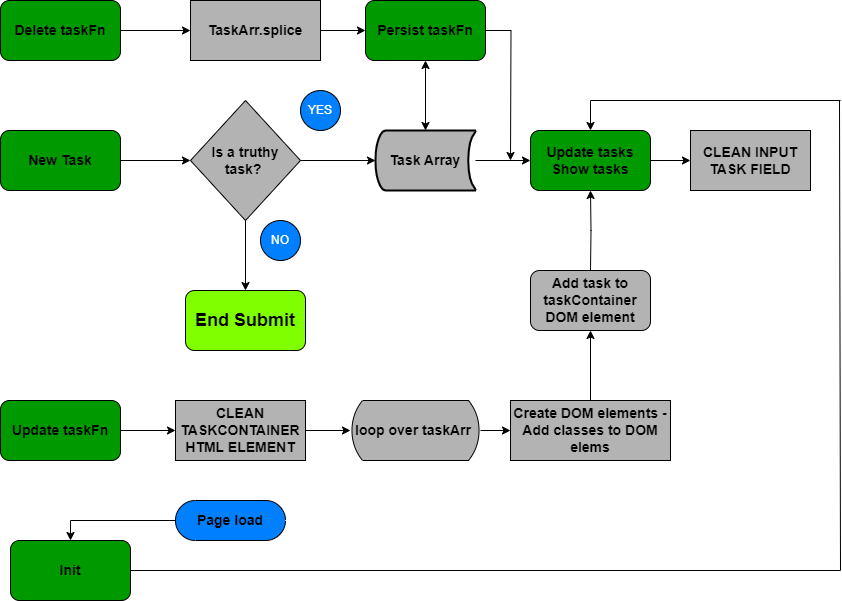
This is notes.drawio.png from Gabrieldevelop/tasks.app, a draw.io export, as it was before one commit. Source tidied: cells renumbered, new cells last; positions are measured from the earlier drawing's top-left corner, leaving out a move shared by most shapes. Source of this version:
```xml
<mxGraphModel>
  <root>
    <mxCell id="0" />
    <mxCell id="1" parent="0" />
    <mxCell id="2" style="edgeStyle=orthogonalEdgeStyle;rounded=0;jettySize=auto;html=1;entryX=0;entryY=0.5;entryDx=0;entryDy=0;" parent="1" edge="1" source="3" target="7">
      <mxGeometry relative="1" as="geometry" />
    </mxCell>
    <mxCell id="3" value="&lt;font style=&quot;font-size: 14px;&quot;&gt;&lt;b style=&quot;&quot;&gt;New Task&lt;/b&gt;&lt;/font&gt;" style="rounded=1;whiteSpace=wrap;html=1;fillColor=#009900;" parent="1" vertex="1">
      <mxGeometry y="130" width="120" height="60" as="geometry" />
    </mxCell>
    <mxCell id="4" value="&lt;span style=&quot;font-size: 14px;&quot;&gt;&lt;b&gt;CLEAN INPUT TASK FIELD&lt;/b&gt;&lt;/span&gt;" style="rounded=0;whiteSpace=wrap;html=1;fillColor=#B3B3B3;" parent="1" vertex="1">
      <mxGeometry x="690" y="130" width="120" height="60" as="geometry" />
    </mxCell>
    <mxCell id="5" style="edgeStyle=orthogonalEdgeStyle;rounded=0;jettySize=auto;html=1;" parent="1" edge="1" source="7" target="10">
      <mxGeometry relative="1" as="geometry" />
    </mxCell>
    <mxCell id="6" style="edgeStyle=orthogonalEdgeStyle;rounded=0;jettySize=auto;html=1;" parent="1" edge="1" source="7" target="12">
      <mxGeometry relative="1" as="geometry" />
    </mxCell>
    <mxCell id="7" value="&lt;font style=&quot;font-size: 14px;&quot;&gt;&lt;b&gt;Is a truthy task?&amp;nbsp;&lt;/b&gt;&lt;/font&gt;" style="rhombus;whiteSpace=wrap;html=1;fillColor=#B3B3B3;" parent="1" vertex="1">
      <mxGeometry x="190" y="100" width="110" height="120" as="geometry" />
    </mxCell>
    <mxCell id="8" value="&lt;font color=&quot;#ffffff&quot;&gt;YES&lt;/font&gt;" style="shape=ellipse;html=1;dashed=0;whiteSpace=wrap;perimeter=ellipsePerimeter;fillColor=#007FFF;" parent="1" vertex="1">
      <mxGeometry x="300" y="90" width="40" height="40" as="geometry" />
    </mxCell>
    <mxCell id="9" style="edgeStyle=orthogonalEdgeStyle;rounded=0;jettySize=auto;html=1;entryX=0;entryY=0.5;entryDx=0;entryDy=0;" parent="1" edge="1" source="10" target="14">
      <mxGeometry relative="1" as="geometry" />
    </mxCell>
    <mxCell id="10" value="&lt;b style=&quot;font-size: 14px;&quot;&gt;Task Array&lt;/b&gt;" style="strokeWidth=2;html=1;shape=mxgraph.flowchart.stored_data;whiteSpace=wrap;fillColor=#B3B3B3;" parent="1" vertex="1">
      <mxGeometry x="375" y="130" width="100" height="60" as="geometry" />
    </mxCell>
    <mxCell id="11" value="&lt;font color=&quot;#ffffff&quot;&gt;NO&lt;/font&gt;" style="shape=ellipse;html=1;dashed=0;whiteSpace=wrap;perimeter=ellipsePerimeter;fillColor=#007FFF;" parent="1" vertex="1">
      <mxGeometry x="260" y="220" width="40" height="40" as="geometry" />
    </mxCell>
    <mxCell id="12" value="&lt;span style=&quot;font-size: 18px;&quot;&gt;&lt;b&gt;End Submit&lt;/b&gt;&lt;/span&gt;" style="rounded=1;whiteSpace=wrap;html=1;fillColor=#80FF00;" parent="1" vertex="1">
      <mxGeometry x="185" y="290" width="120" height="60" as="geometry" />
    </mxCell>
    <mxCell id="13" style="edgeStyle=orthogonalEdgeStyle;rounded=0;jettySize=auto;html=1;entryX=0;entryY=0.5;entryDx=0;entryDy=0;" parent="1" edge="1" source="14" target="4">
      <mxGeometry relative="1" as="geometry" />
    </mxCell>
    <mxCell id="14" value="&lt;font style=&quot;font-size: 14px;&quot;&gt;&lt;b style=&quot;&quot;&gt;Update tasks Show tasks&lt;/b&gt;&lt;/font&gt;" style="rounded=1;whiteSpace=wrap;html=1;fillColor=#009900;" parent="1" vertex="1">
      <mxGeometry x="530" y="130" width="120" height="60" as="geometry" />
    </mxCell>
    <mxCell id="15" style="edgeStyle=orthogonalEdgeStyle;rounded=0;jettySize=auto;html=1;" parent="1" edge="1" source="16" target="18">
      <mxGeometry relative="1" as="geometry" />
    </mxCell>
    <mxCell id="16" value="&lt;font style=&quot;font-size: 14px;&quot;&gt;&lt;b&gt;CLEAN TASKCONTAINER HTML ELEMENT&lt;/b&gt;&lt;/font&gt;" style="rounded=0;whiteSpace=wrap;html=1;fillColor=#B3B3B3;" parent="1" vertex="1">
      <mxGeometry x="175" y="400" width="130" height="60" as="geometry" />
    </mxCell>
    <mxCell id="17" style="edgeStyle=orthogonalEdgeStyle;rounded=0;jettySize=auto;html=1;" parent="1" edge="1" source="18" target="20">
      <mxGeometry relative="1" as="geometry" />
    </mxCell>
    <mxCell id="18" value="&lt;font style=&quot;font-size: 14px;&quot;&gt;&lt;b&gt;loop over taskArr&amp;nbsp;&lt;/b&gt;&lt;/font&gt;" style="html=1;dashed=0;whiteSpace=wrap;shape=mxgraph.dfd.loop;fillColor=#B3B3B3;" parent="1" vertex="1">
      <mxGeometry x="350" y="400" width="130" height="60" as="geometry" />
    </mxCell>
    <mxCell id="19" style="edgeStyle=orthogonalEdgeStyle;rounded=0;jettySize=auto;html=1;entryX=0.5;entryY=1;entryDx=0;entryDy=0;" parent="1" edge="1" source="20">
      <mxGeometry relative="1" as="geometry">
        <mxPoint x="590" y="330" as="targetPoint" />
      </mxGeometry>
    </mxCell>
    <mxCell id="20" value="&lt;font style=&quot;font-size: 14px;&quot;&gt;&lt;b&gt;Create DOM elements - Add classes to DOM elems&lt;/b&gt;&lt;/font&gt;" style="html=1;dashed=0;whiteSpace=wrap;fillColor=#B3B3B3;" parent="1" vertex="1">
      <mxGeometry x="510" y="400" width="160" height="60" as="geometry" />
    </mxCell>
    <mxCell id="21" style="edgeStyle=orthogonalEdgeStyle;rounded=0;jettySize=auto;html=1;entryX=0.5;entryY=1;entryDx=0;entryDy=0;" parent="1" edge="1" target="14">
      <mxGeometry relative="1" as="geometry">
        <mxPoint x="590" y="270" as="sourcePoint" />
      </mxGeometry>
    </mxCell>
    <mxCell id="22" style="edgeStyle=orthogonalEdgeStyle;rounded=0;jettySize=auto;html=1;entryX=0;entryY=0.5;entryDx=0;entryDy=0;" parent="1" edge="1" source="23" target="25">
      <mxGeometry relative="1" as="geometry" />
    </mxCell>
    <mxCell id="23" value="&lt;font style=&quot;font-size: 14px;&quot;&gt;&lt;b style=&quot;&quot;&gt;Delete taskFn&lt;/b&gt;&lt;/font&gt;" style="rounded=1;whiteSpace=wrap;html=1;fillColor=#009900;" parent="1" vertex="1">
      <mxGeometry width="120" height="60" as="geometry" />
    </mxCell>
    <mxCell id="24" style="edgeStyle=orthogonalEdgeStyle;rounded=0;jettySize=auto;html=1;entryX=0;entryY=0.5;entryDx=0;entryDy=0;" parent="1" edge="1" source="25" target="27">
      <mxGeometry relative="1" as="geometry" />
    </mxCell>
    <mxCell id="25" value="&lt;font style=&quot;font-size: 14px;&quot;&gt;&lt;b&gt;TaskArr.splice&lt;/b&gt;&lt;/font&gt;" style="rounded=0;whiteSpace=wrap;html=1;fillColor=#B3B3B3;" parent="1" vertex="1">
      <mxGeometry x="190" width="130" height="60" as="geometry" />
    </mxCell>
    <mxCell id="26" style="edgeStyle=orthogonalEdgeStyle;rounded=0;jettySize=auto;html=1;" parent="1" edge="1" source="27">
      <mxGeometry relative="1" as="geometry">
        <mxPoint x="510" y="160" as="targetPoint" />
      </mxGeometry>
    </mxCell>
    <mxCell id="27" value="&lt;font style=&quot;font-size: 14px;&quot;&gt;&lt;b style=&quot;&quot;&gt;Persist taskFn&lt;/b&gt;&lt;/font&gt;" style="rounded=1;whiteSpace=wrap;html=1;fillColor=#009900;" parent="1" vertex="1">
      <mxGeometry x="365" width="120" height="60" as="geometry" />
    </mxCell>
    <mxCell id="28" style="edgeStyle=orthogonalEdgeStyle;rounded=0;jettySize=auto;html=1;entryX=0;entryY=0.5;entryDx=0;entryDy=0;" parent="1" edge="1" source="29" target="16">
      <mxGeometry relative="1" as="geometry" />
    </mxCell>
    <mxCell id="29" value="&lt;font style=&quot;font-size: 14px;&quot;&gt;&lt;b style=&quot;&quot;&gt;Update taskFn&lt;/b&gt;&lt;/font&gt;" style="rounded=1;whiteSpace=wrap;html=1;fillColor=#009900;" parent="1" vertex="1">
      <mxGeometry y="400" width="120" height="60" as="geometry" />
    </mxCell>
    <mxCell id="30" value="&lt;font style=&quot;font-size: 14px;&quot;&gt;&lt;b style=&quot;&quot;&gt;Init&lt;/b&gt;&lt;/font&gt;" style="rounded=1;whiteSpace=wrap;html=1;fillColor=#009900;" parent="1" vertex="1">
      <mxGeometry x="10" y="540" width="120" height="60" as="geometry" />
    </mxCell>
    <mxCell id="31" style="endArrow=none;html=1;rounded=0;exitX=1;exitY=0.5;exitDx=0;exitDy=0;" parent="1" edge="1" source="30">
      <mxGeometry relative="1" as="geometry">
        <mxPoint x="840" y="570" as="targetPoint" />
      </mxGeometry>
    </mxCell>
    <mxCell id="32" style="endArrow=none;html=1;rounded=0;" parent="1" edge="1">
      <mxGeometry relative="1" as="geometry">
        <mxPoint x="840" y="570" as="sourcePoint" />
        <mxPoint x="839" y="100" as="targetPoint" />
      </mxGeometry>
    </mxCell>
    <mxCell id="33" style="endArrow=none;html=1;rounded=0;" parent="1" edge="1">
      <mxGeometry relative="1" as="geometry">
        <mxPoint x="840" y="100" as="sourcePoint" />
        <mxPoint x="590" y="100" as="targetPoint" />
      </mxGeometry>
    </mxCell>
    <mxCell id="34" style="endArrow=classic;html=1;rounded=0;" parent="1" edge="1" target="14">
      <mxGeometry relative="1" as="geometry">
        <mxPoint x="590" y="100" as="sourcePoint" />
      </mxGeometry>
    </mxCell>
    <mxCell id="35" style="edgeStyle=orthogonalEdgeStyle;rounded=0;jettySize=auto;html=1;entryX=0.5;entryY=0;entryDx=0;entryDy=0;" parent="1" edge="1" source="36" target="30">
      <mxGeometry relative="1" as="geometry" />
    </mxCell>
    <mxCell id="36" value="&lt;b style=&quot;font-size: 14px;&quot;&gt;Page load&lt;/b&gt;" style="html=1;dashed=0;whiteSpace=wrap;shape=mxgraph.dfd.start;fillColor=#007FFF;" parent="1" vertex="1">
      <mxGeometry x="175" y="500" width="110" height="40" as="geometry" />
    </mxCell>
    <mxCell id="37" style="endArrow=classic;startArrow=classic;html=1;rounded=0;exitX=0.5;exitY=1;exitDx=0;exitDy=0;entryX=0.5;entryY=0;entryDx=0;entryDy=0;entryPerimeter=0;" parent="1" edge="1" source="27" target="10">
      <mxGeometry relative="1" as="geometry" />
    </mxCell>
    <mxCell id="38" value="&lt;b style=&quot;font-size: 14px;&quot;&gt;Add task to taskContainer DOM element&lt;/b&gt;" style="rounded=1;whiteSpace=wrap;html=1;fillColor=#B3B3B3;" parent="1" vertex="1">
      <mxGeometry x="530" y="270" width="120" height="60" as="geometry" />
    </mxCell>
  </root>
</mxGraphModel>
```
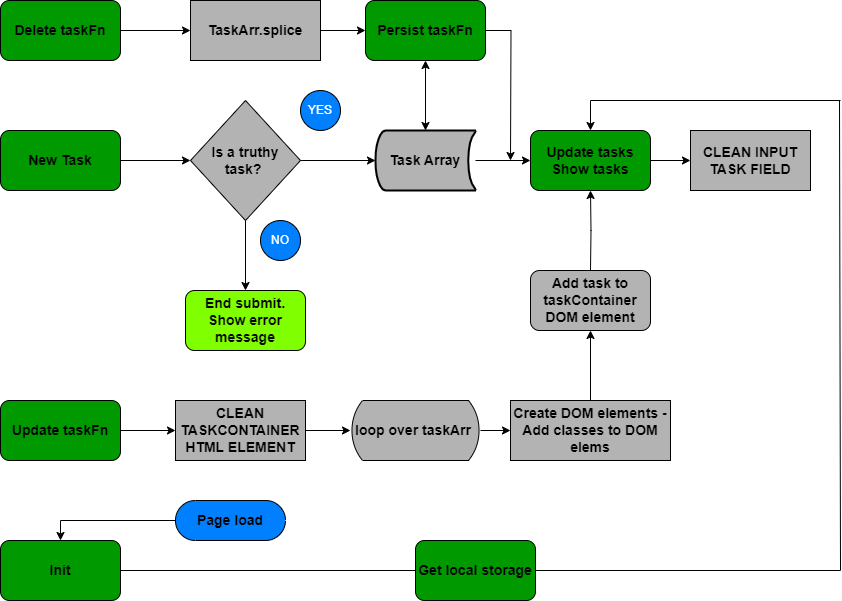
The same diagram one commit later.

The edit, as a diff of the source:
```diff
@@ -32,7 +32,7 @@
     <mxCell id="11" value="&lt;font color=&quot;#ffffff&quot;&gt;NO&lt;/font&gt;" style="shape=ellipse;html=1;dashed=0;whiteSpace=wrap;perimeter=ellipsePerimeter;fillColor=#007FFF;" parent="1" vertex="1">
       <mxGeometry x="260" y="220" width="40" height="40" as="geometry" />
     </mxCell>
-    <mxCell id="12" value="&lt;span style=&quot;font-size: 18px;&quot;&gt;&lt;b&gt;End Submit&lt;/b&gt;&lt;/span&gt;" style="rounded=1;whiteSpace=wrap;html=1;fillColor=#80FF00;" parent="1" vertex="1">
+    <mxCell id="12" value="&lt;b style=&quot;&quot;&gt;&lt;font style=&quot;font-size: 14px;&quot;&gt;End submit. Show error message&lt;/font&gt;&lt;/b&gt;" style="rounded=1;whiteSpace=wrap;html=1;fillColor=#80FF00;" parent="1" vertex="1">
       <mxGeometry x="185" y="290" width="120" height="60" as="geometry" />
     </mxCell>
     <mxCell id="13" style="edgeStyle=orthogonalEdgeStyle;rounded=0;jettySize=auto;html=1;entryX=0;entryY=0.5;entryDx=0;entryDy=0;" parent="1" edge="1" source="14" target="4">
@@ -93,9 +93,9 @@
       <mxGeometry y="400" width="120" height="60" as="geometry" />
     </mxCell>
     <mxCell id="30" value="&lt;font style=&quot;font-size: 14px;&quot;&gt;&lt;b style=&quot;&quot;&gt;Init&lt;/b&gt;&lt;/font&gt;" style="rounded=1;whiteSpace=wrap;html=1;fillColor=#009900;" parent="1" vertex="1">
-      <mxGeometry x="10" y="540" width="120" height="60" as="geometry" />
+      <mxGeometry y="540" width="120" height="60" as="geometry" />
     </mxCell>
-    <mxCell id="31" style="endArrow=none;html=1;rounded=0;exitX=1;exitY=0.5;exitDx=0;exitDy=0;" parent="1" edge="1" source="30">
+    <mxCell id="31" style="endArrow=none;html=1;rounded=0;exitX=1;exitY=0.5;exitDx=0;exitDy=0;" parent="1" edge="1" source="40">
       <mxGeometry relative="1" as="geometry">
         <mxPoint x="840" y="570" as="targetPoint" />
       </mxGeometry>
@@ -129,5 +129,11 @@
     <mxCell id="38" value="&lt;b style=&quot;font-size: 14px;&quot;&gt;Add task to taskContainer DOM element&lt;/b&gt;" style="rounded=1;whiteSpace=wrap;html=1;fillColor=#B3B3B3;" parent="1" vertex="1">
       <mxGeometry x="530" y="270" width="120" height="60" as="geometry" />
     </mxCell>
+    <mxCell id="39" style="endArrow=none;html=1;rounded=0;exitX=1;exitY=0.5;exitDx=0;exitDy=0;" parent="1" edge="1" source="30" target="40">
+      <mxGeometry relative="1" as="geometry" />
+    </mxCell>
+    <mxCell id="40" value="&lt;font style=&quot;font-size: 14px;&quot;&gt;&lt;b&gt;Get local storage&lt;/b&gt;&lt;/font&gt;" style="rounded=1;whiteSpace=wrap;html=1;fillColor=#009900;" parent="1" vertex="1">
+      <mxGeometry x="415" y="540" width="120" height="60" as="geometry" />
+    </mxCell>
   </root>
 </mxGraphModel>
```
